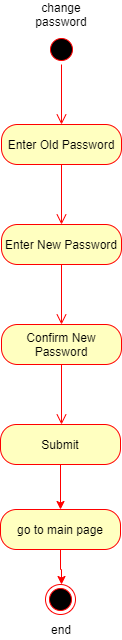
Before: Documents/Digrams/AD change pass.png, a diagram exported from draw.io (avlad02/Project-II-SawyerAir). Source tidied: cells renumbered, new cells last; positions are measured from the earlier drawing's top-left corner, leaving out a move shared by most shapes.
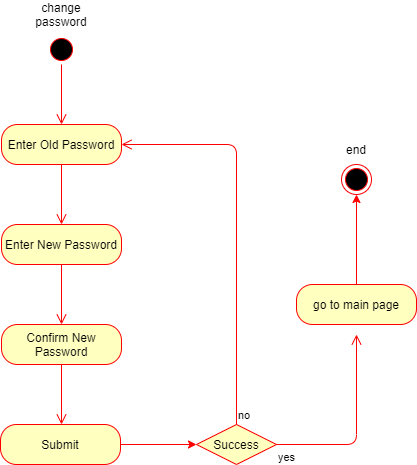
The same file after the commit.

Change to the diagram source:
```diff
@@ -38,24 +38,33 @@
       </mxGeometry>
     </mxCell>
     <mxCell id="11" style="ellipse;html=1;shape=endState;fillColor=#000000;strokeColor=#ff0000;" parent="1" vertex="1">
-      <mxGeometry x="45" y="580" width="30" height="30" as="geometry" />
+      <mxGeometry x="341" y="160" width="30" height="30" as="geometry" />
     </mxCell>
-    <mxCell id="12" style="edgeStyle=orthogonalEdgeStyle;rounded=0;jettySize=auto;html=1;strokeColor=#FF0000;" parent="1" edge="1" source="13">
-      <mxGeometry relative="1" as="geometry">
-        <mxPoint x="61" y="580" as="targetPoint" />
-      </mxGeometry>
-    </mxCell>
+    <mxCell id="17" style="edgeStyle=orthogonalEdgeStyle;rounded=0;jettySize=auto;html=1;strokeColor=#FF0000;" parent="1" edge="1" source="13" target="11">
+      <mxGeometry relative="1" as="geometry" />
+    </mxCell>
     <mxCell id="13" value="go to main page" style="rounded=1;whiteSpace=wrap;html=1;arcSize=40;fontColor=#000000;fillColor=#ffffc0;strokeColor=#ff0000;" parent="1" vertex="1">
-      <mxGeometry y="505" width="120" height="40" as="geometry" />
+      <mxGeometry x="296" y="280" width="120" height="40" as="geometry" />
     </mxCell>
     <mxCell id="14" value="end" style="text;html=1;strokeColor=none;fillColor=none;align=center;verticalAlign=middle;whiteSpace=wrap;rounded=0;" parent="1" vertex="1">
-      <mxGeometry x="41" y="615" width="40" height="20" as="geometry" />
+      <mxGeometry x="336" y="130" width="40" height="30" as="geometry" />
     </mxCell>
-    <mxCell id="15" style="edgeStyle=orthogonalEdgeStyle;rounded=0;jettySize=auto;html=1;strokeColor=#FF0000;" parent="1" edge="1" source="16" target="13">
-      <mxGeometry relative="1" as="geometry" />
-    </mxCell>
+    <mxCell id="18" style="edgeStyle=orthogonalEdgeStyle;rounded=0;jettySize=auto;html=1;strokeColor=#FF0000;" parent="1" edge="1" source="16" target="19">
+      <mxGeometry relative="1" as="geometry" />
+    </mxCell>
     <mxCell id="16" value="Submit" style="rounded=1;whiteSpace=wrap;html=1;arcSize=40;fontColor=#000000;fillColor=#ffffc0;strokeColor=#ff0000;" parent="1" vertex="1">
       <mxGeometry y="420" width="120" height="40" as="geometry" />
     </mxCell>
+    <mxCell id="19" value="Success" style="rhombus;whiteSpace=wrap;html=1;fillColor=#ffffc0;strokeColor=#ff0000;" parent="1" vertex="1">
+      <mxGeometry x="196" y="420" width="80" height="40" as="geometry" />
+    </mxCell>
+    <mxCell id="20" value="no" style="edgeStyle=orthogonalEdgeStyle;html=1;align=left;verticalAlign=bottom;endArrow=open;endSize=8;strokeColor=#ff0000;entryX=1;entryY=0.5;entryDx=0;entryDy=0;exitX=0.5;exitY=0;exitDx=0;exitDy=0;" parent="1" edge="1" source="19" target="5">
+      <mxGeometry x="-1" relative="1" as="geometry" />
+    </mxCell>
+    <mxCell id="21" value="yes" style="edgeStyle=orthogonalEdgeStyle;html=1;align=left;verticalAlign=top;endArrow=open;endSize=8;strokeColor=#ff0000;" parent="1" edge="1" source="19">
+      <mxGeometry x="-1" relative="1" as="geometry">
+        <mxPoint x="356" y="330" as="targetPoint" />
+      </mxGeometry>
+    </mxCell>
   </root>
 </mxGraphModel>
```
